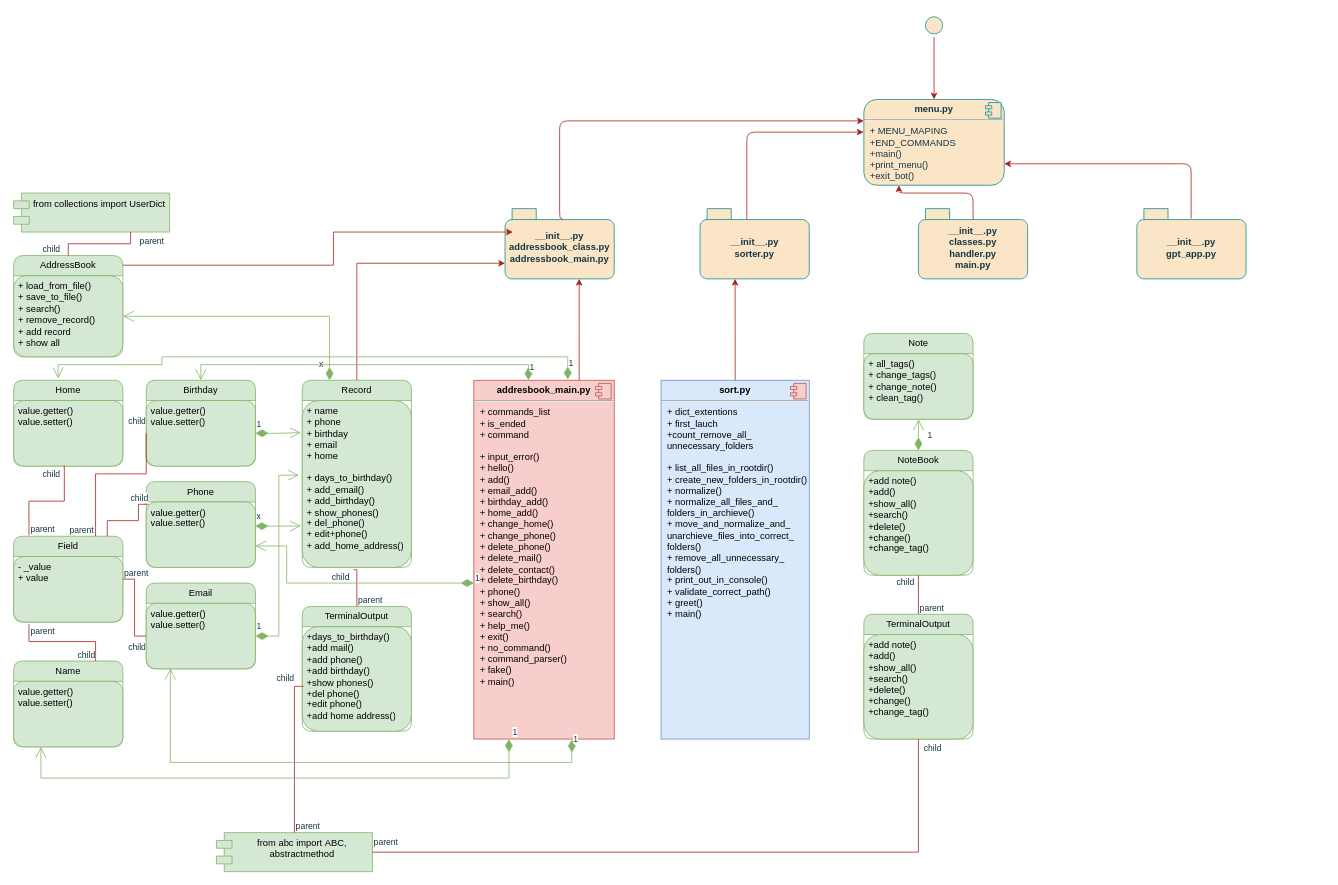
The draw.io diagram Диаграмма без названия.drawio in FoDwVn11110100001001000000/Team_project_1, before the edit. Source tidied: cells renumbered, new cells numbered last; positions are measured from the earlier drawing's top-left corner, leaving out a move shared by most shapes. Both pictures are drawn from the tidied source at 78%, with x=0, y=0 at pixel (13, 13).
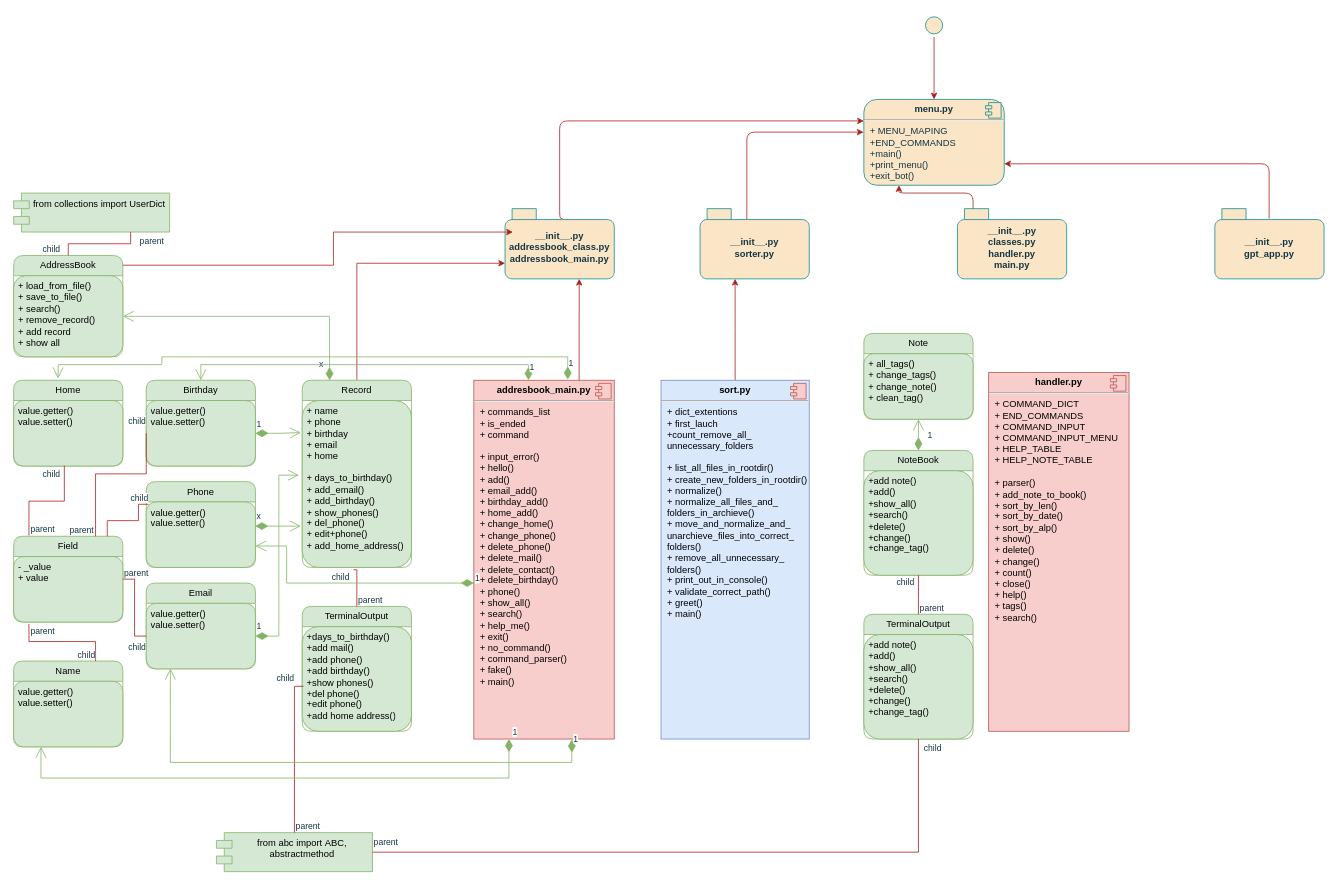
The same diagram, later.

The change refers to these unchanged cells:
```xml
<mxCell id="2" value="&lt;p style=&quot;margin:0px;margin-top:6px;text-align:center;&quot;&gt;&lt;b&gt;menu.py&lt;/b&gt;&lt;/p&gt;&lt;hr&gt;&lt;p style=&quot;margin:0px;margin-left:8px;&quot;&gt;+ MENU_MAPING&lt;/p&gt;&lt;p style=&quot;margin:0px;margin-left:8px;&quot;&gt;+END_COMMANDS&lt;/p&gt;&lt;p style=&quot;margin:0px;margin-left:8px;&quot;&gt;+main()&lt;/p&gt;&lt;p style=&quot;margin:0px;margin-left:8px;&quot;&gt;+print_menu()&lt;/p&gt;&lt;p style=&quot;margin:0px;margin-left:8px;&quot;&gt;+exit_bot()&lt;/p&gt;&lt;p style=&quot;margin:0px;margin-left:8px;&quot;&gt;&lt;br&gt;&lt;/p&gt;" style="align=left;overflow=fill;html=1;whiteSpace=wrap;fillColor=#FAE5C7;strokeColor=#0F8B8D;rounded=1;labelBackgroundColor=none;fontColor=#143642;" parent="1" vertex="1">
  <mxGeometry x="1090" y="110" width="180" height="110" as="geometry" />
</mxCell>
```

What changed in the source:
```diff
@@
     <mxCell id="6" style="edgeStyle=orthogonalEdgeStyle;rounded=1;jettySize=auto;html=1;entryX=1;entryY=0.75;entryDx=0;entryDy=0;exitX=0.497;exitY=0.141;exitDx=0;exitDy=0;exitPerimeter=0;labelBackgroundColor=none;strokeColor=#A8201A;fontColor=default;" parent="1" edge="1" source="7" target="2">
       <mxGeometry relative="1" as="geometry">
         <Array as="points">
-          <mxPoint x="1510" y="193" />
+          <mxPoint x="1610" y="193" />
         </Array>
       </mxGeometry>
     </mxCell>
     <mxCell id="7" value="__init__.py&lt;br&gt;gpt_app.py" style="shape=folder;fontStyle=1;spacingTop=10;tabWidth=40;tabHeight=14;tabPosition=left;html=1;whiteSpace=wrap;fillColor=#FAE5C7;strokeColor=#0F8B8D;rounded=1;labelBackgroundColor=none;fontColor=#143642;" parent="1" vertex="1">
-      <mxGeometry x="1440" y="250" width="140" height="90" as="geometry" />
+      <mxGeometry x="1540" y="250" width="140" height="90" as="geometry" />
     </mxCell>
@@
     <mxCell id="11" value="__init__.py&lt;br&gt;classes.py&lt;br&gt;handler.py&lt;br&gt;main.py" style="shape=folder;fontStyle=1;spacingTop=10;tabWidth=40;tabHeight=14;tabPosition=left;html=1;whiteSpace=wrap;fillColor=#FAE5C7;strokeColor=#0F8B8D;rounded=1;labelBackgroundColor=none;fontColor=#143642;" parent="1" vertex="1">
-      <mxGeometry x="1160" y="250" width="140" height="90" as="geometry" />
+      <mxGeometry x="1210" y="250" width="140" height="90" as="geometry" />
     </mxCell>
@@
+    <mxCell id="87" value="&lt;p style=&quot;margin:0px;margin-top:6px;text-align:center;&quot;&gt;&lt;b&gt;handler.py&lt;/b&gt;&lt;/p&gt;&lt;hr&gt;&lt;p style=&quot;margin:0px;margin-left:8px;&quot;&gt;+ COMMAND_DICT&lt;/p&gt;&lt;p style=&quot;margin:0px;margin-left:8px;&quot;&gt;+ END_COMMANDS&lt;/p&gt;&lt;p style=&quot;margin:0px;margin-left:8px;&quot;&gt;+&amp;nbsp;COMMAND_INPUT&lt;/p&gt;&lt;p style=&quot;margin:0px;margin-left:8px;&quot;&gt;+&amp;nbsp;COMMAND_INPUT_MENU&lt;/p&gt;&lt;p style=&quot;margin:0px;margin-left:8px;&quot;&gt;+&amp;nbsp;HELP_TABLE&lt;/p&gt;&lt;p style=&quot;margin:0px;margin-left:8px;&quot;&gt;+&amp;nbsp;HELP_NOTE_TABLE&lt;/p&gt;&lt;p style=&quot;margin:0px;margin-left:8px;&quot;&gt;&lt;br&gt;&lt;/p&gt;&lt;p style=&quot;margin:0px;margin-left:8px;&quot;&gt;+ parser()&lt;/p&gt;&lt;p style=&quot;margin:0px;margin-left:8px;&quot;&gt;+&amp;nbsp;add_note_to_book()&lt;/p&gt;&lt;p style=&quot;margin:0px;margin-left:8px;&quot;&gt;+&amp;nbsp;sort_by_len()&lt;/p&gt;&lt;p style=&quot;margin:0px;margin-left:8px;&quot;&gt;+ sort_by_date()&lt;/p&gt;&lt;p style=&quot;margin:0px;margin-left:8px;&quot;&gt;+&amp;nbsp;sort_by_alp()&lt;/p&gt;&lt;p style=&quot;margin:0px;margin-left:8px;&quot;&gt;+ show()&lt;/p&gt;&lt;p style=&quot;margin:0px;margin-left:8px;&quot;&gt;+ delete()&lt;/p&gt;&lt;p style=&quot;margin:0px;margin-left:8px;&quot;&gt;+ change()&lt;/p&gt;&lt;p style=&quot;margin:0px;margin-left:8px;&quot;&gt;+ count()&lt;/p&gt;&lt;p style=&quot;margin:0px;margin-left:8px;&quot;&gt;+ close()&lt;/p&gt;&lt;p style=&quot;margin:0px;margin-left:8px;&quot;&gt;+ help()&lt;/p&gt;&lt;p style=&quot;margin:0px;margin-left:8px;&quot;&gt;+ tags()&lt;/p&gt;&lt;p style=&quot;margin:0px;margin-left:8px;&quot;&gt;+ search()&lt;/p&gt;&lt;p style=&quot;margin:0px;margin-left:8px;&quot;&gt;&lt;br&gt;&lt;/p&gt;&lt;p style=&quot;margin:0px;margin-left:8px;&quot;&gt;&lt;br&gt;&lt;/p&gt;" style="align=left;overflow=fill;html=1;whiteSpace=wrap;strokeColor=#b85450;fillColor=#f8cecc;" parent="1" vertex="1">
+      <mxGeometry x="1250" y="460" width="180" height="460" as="geometry" />
+    </mxCell>
+    <mxCell id="88" style="shape=component;jettyWidth=8;jettyHeight=4;strokeColor=#b85450;fillColor=#f8cecc;" parent="87" vertex="1">
+      <mxGeometry x="1" width="20" height="20" relative="1" as="geometry">
+        <mxPoint x="-24" y="4" as="offset" />
+      </mxGeometry>
+    </mxCell>
```
